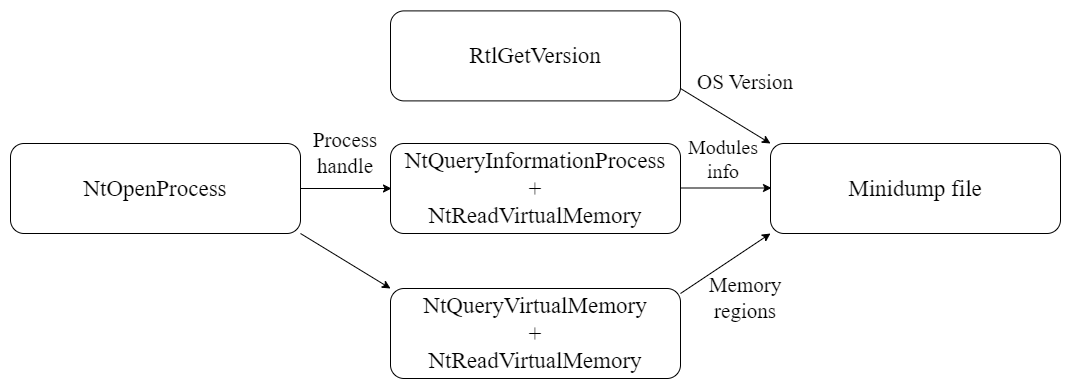
Above: images/nativedump/esquema2_nativedump.png in ricardojoserf/ricardojoserf.github.io (draw.io), before the change. Source tidied: cells renumbered, new cells last; positions are measured from the earlier drawing's top-left corner, leaving out a move shared by most shapes.
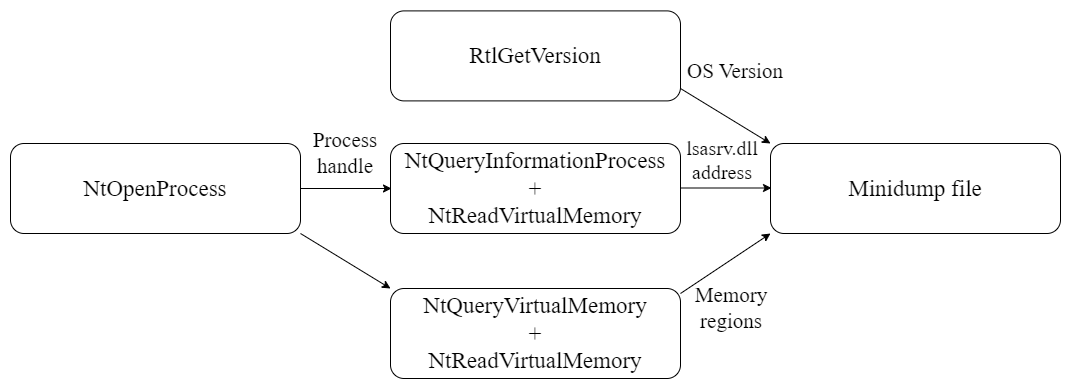
After the change.

Change to the diagram source:
```diff
@@ -20,13 +20,13 @@
       <mxGeometry x="380" y="0.4" width="290" height="90" as="geometry" />
     </mxCell>
     <mxCell id="7" value="OS Version" style="text;html=1;align=center;verticalAlign=middle;whiteSpace=wrap;rounded=0;fontSize=21;fontFamily=Times New Roman;" parent="1" vertex="1">
-      <mxGeometry x="680" y="57.4" width="110" height="30" as="geometry" />
+      <mxGeometry x="670" y="46" width="110" height="30" as="geometry" />
     </mxCell>
-    <mxCell id="8" value="Modules&lt;div style=&quot;font-size: 20px;&quot;&gt;info&lt;/div&gt;" style="text;html=1;align=center;verticalAlign=middle;whiteSpace=wrap;rounded=0;fontSize=20;fontFamily=Times New Roman;" parent="1" vertex="1">
-      <mxGeometry x="653" y="133" width="120" height="30" as="geometry" />
+    <mxCell id="8" value="lsasrv.dll&lt;div&gt;address&lt;/div&gt;" style="text;html=1;align=center;verticalAlign=middle;whiteSpace=wrap;rounded=0;fontSize=20;fontFamily=Times New Roman;" parent="1" vertex="1">
+      <mxGeometry x="652" y="134" width="120" height="30" as="geometry" />
     </mxCell>
     <mxCell id="9" value="&lt;font style=&quot;font-size: 21px;&quot;&gt;Memory&lt;/font&gt;&lt;div style=&quot;font-size: 21px;&quot;&gt;&lt;font style=&quot;font-size: 21px;&quot;&gt;regions&lt;/font&gt;&lt;/div&gt;" style="text;html=1;align=center;verticalAlign=middle;whiteSpace=wrap;rounded=0;fontSize=21;fontFamily=Times New Roman;" parent="1" vertex="1">
-      <mxGeometry x="695" y="273" width="80" height="30" as="geometry" />
+      <mxGeometry x="681" y="283" width="80" height="30" as="geometry" />
     </mxCell>
     <mxCell id="10" style="endArrow=classic;html=1;rounded=0;exitX=1;exitY=1;exitDx=0;exitDy=0;entryX=0;entryY=0;entryDx=0;entryDy=0;fontFamily=Times New Roman;fontSize=21;" parent="1" edge="1" source="5" target="2">
       <mxGeometry relative="1" as="geometry" />
```
